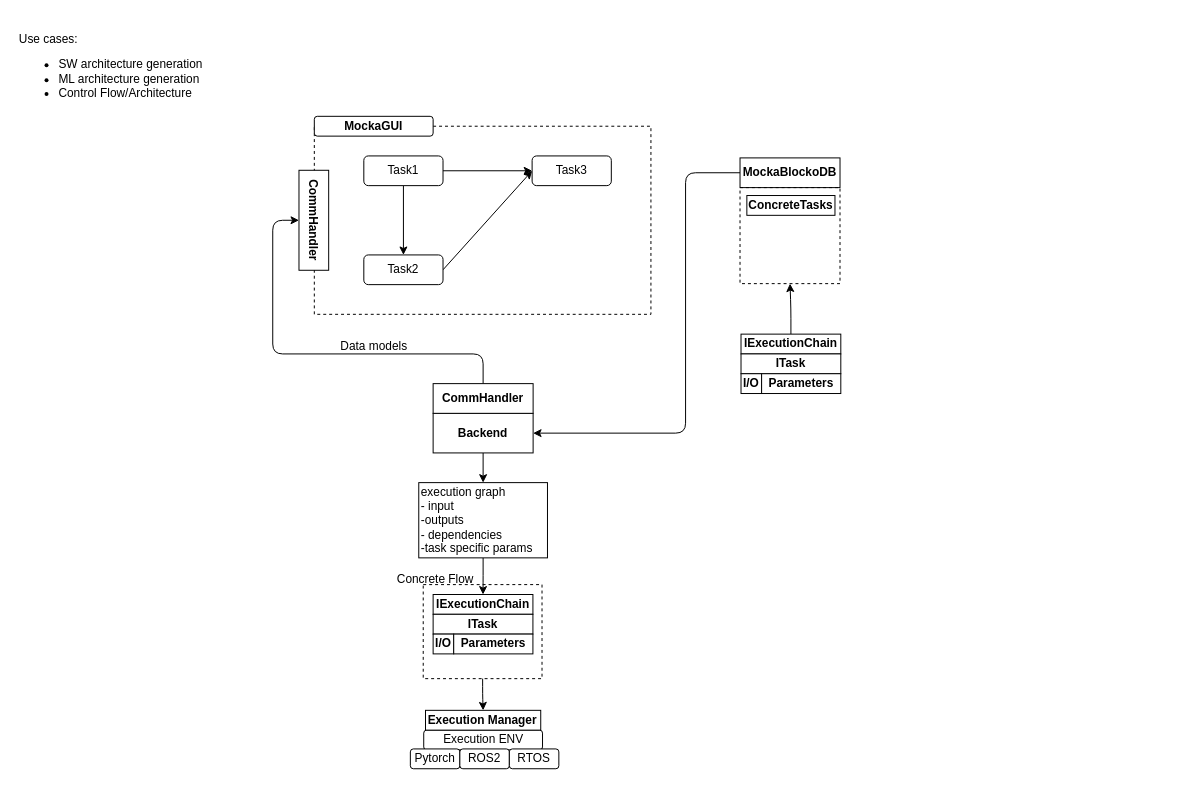
Earlier version of the draw.io diagram docs/mocka_gui.drawio (MockaSort-Studio/ADP8). Source tidied: cells renumbered, new cells numbered last; positions are measured from the earlier drawing's top-left corner, leaving out a move shared by most shapes. Both pictures are drawn from the tidied source at 99%, with x=0, y=0 at pixel (17, 17).
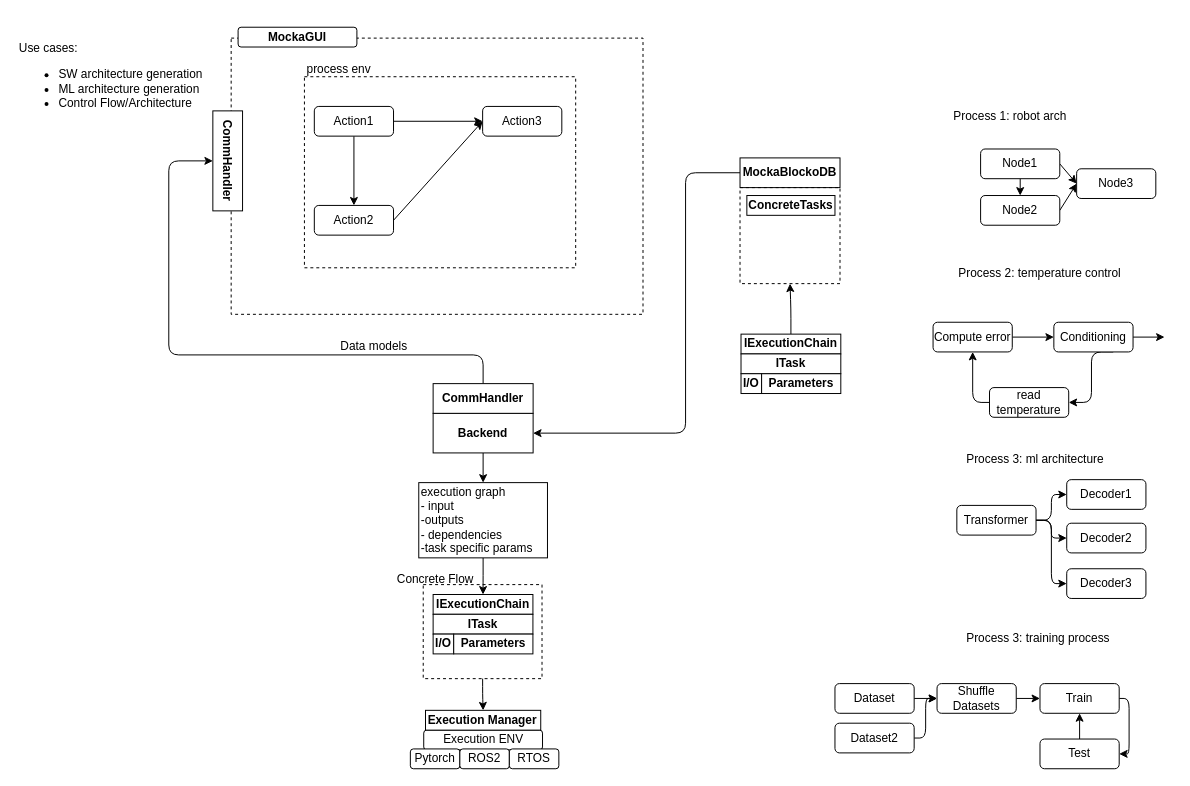
Above is the later version.

Commit message:
added use cases

The change refers to these unchanged cells:
```xml
<mxCell id="22" value="&lt;b&gt;CommHandler&lt;/b&gt;" style="rounded=0;whiteSpace=wrap;html=1;" parent="1" vertex="1">
  <mxGeometry x="420" y="370" width="101" height="30" as="geometry" />
</mxCell>
```

Diff of the diagram source:
```diff
@@
+    <mxCell id="41" style="rounded=0;whiteSpace=wrap;html=1;dashed=1;fillColor=none;" parent="1" vertex="1">
+      <mxGeometry x="290" y="60" width="274" height="193" as="geometry" />
+    </mxCell>
     <mxCell id="2" value="Use cases:&lt;div&gt;&lt;ul&gt;&lt;li&gt;SW architecture generation&lt;/li&gt;&lt;li&gt;ML architecture generation&lt;/li&gt;&lt;li&gt;Control Flow/Architecture&lt;/li&gt;&lt;/ul&gt;&lt;/div&gt;" style="text;html=1;align=left;verticalAlign=middle;whiteSpace=wrap;rounded=0;" parent="1" vertex="1">
-      <mxGeometry width="370" height="110" as="geometry" />
+      <mxGeometry y="10" width="370" height="110" as="geometry" />
     </mxCell>
     <mxCell id="3" style="rounded=0;whiteSpace=wrap;html=1;dashed=1;fillColor=none;" parent="1" vertex="1">
-      <mxGeometry x="300" y="110" width="340" height="190" as="geometry" />
+      <mxGeometry x="216" y="21" width="416" height="279" as="geometry" />
     </mxCell>
     <mxCell id="4" value="MockaGUI" style="rounded=1;whiteSpace=wrap;html=1;fontStyle=1;" parent="1" vertex="1">
-      <mxGeometry x="300" y="100" width="120" height="20" as="geometry" />
+      <mxGeometry x="223" y="10" width="120" height="20" as="geometry" />
     </mxCell>
@@
-    <mxCell id="7" value="Task1" style="rounded=1;whiteSpace=wrap;html=1;" parent="1" vertex="1">
-      <mxGeometry x="350" y="140" width="80" height="30" as="geometry" />
+    <mxCell id="7" value="Action1" style="rounded=1;whiteSpace=wrap;html=1;" parent="1" vertex="1">
+      <mxGeometry x="300" y="90" width="80" height="30" as="geometry" />
     </mxCell>
@@
-    <mxCell id="9" value="Task2" style="rounded=1;whiteSpace=wrap;html=1;" parent="1" vertex="1">
-      <mxGeometry x="350" y="240" width="80" height="30" as="geometry" />
+    <mxCell id="9" value="Action2" style="rounded=1;whiteSpace=wrap;html=1;" parent="1" vertex="1">
+      <mxGeometry x="300" y="190" width="80" height="30" as="geometry" />
     </mxCell>
-    <mxCell id="10" value="Task3" style="rounded=1;whiteSpace=wrap;html=1;" parent="1" vertex="1">
-      <mxGeometry x="520" y="140" width="80" height="30" as="geometry" />
+    <mxCell id="10" value="Action3" style="rounded=1;whiteSpace=wrap;html=1;" parent="1" vertex="1">
+      <mxGeometry x="470" y="90" width="80" height="30" as="geometry" />
     </mxCell>
@@
     <mxCell id="21" style="edgeStyle=orthogonalEdgeStyle;html=1;exitX=0.5;exitY=0;exitDx=0;exitDy=0;entryX=0.5;entryY=1;entryDx=0;entryDy=0;" parent="1" edge="1" source="22" target="23">
       <mxGeometry relative="1" as="geometry">
         <Array as="points">
-          <mxPoint x="471" y="340" />
-          <mxPoint x="258" y="340" />
-          <mxPoint x="258" y="205" />
+          <mxPoint x="471" y="341" />
+          <mxPoint x="153" y="341" />
+          <mxPoint x="153" y="145" />
         </Array>
       </mxGeometry>
     </mxCell>
@@
     <mxCell id="23" value="&lt;b&gt;CommHandler&lt;/b&gt;" style="rounded=0;whiteSpace=wrap;html=1;rotation=90;" parent="1" vertex="1">
-      <mxGeometry x="249" y="190" width="101" height="30" as="geometry" />
+      <mxGeometry x="162" y="130" width="101" height="30" as="geometry" />
     </mxCell>
@@
+    <mxCell id="42" value="process env" style="text;html=1;align=center;verticalAlign=middle;whiteSpace=wrap;rounded=0;" parent="1" vertex="1">
+      <mxGeometry x="290" y="46" width="70" height="14" as="geometry" />
+    </mxCell>
+    <mxCell id="43" value="Process 1: robot arch" style="text;html=1;align=left;verticalAlign=middle;whiteSpace=wrap;rounded=0;" parent="1" vertex="1">
+      <mxGeometry x="944" y="85" width="178" height="30" as="geometry" />
+    </mxCell>
+    <mxCell id="44" style="edgeStyle=none;html=1;exitX=1;exitY=0.5;exitDx=0;exitDy=0;entryX=0;entryY=0.5;entryDx=0;entryDy=0;" parent="1" edge="1" source="46" target="49">
+      <mxGeometry relative="1" as="geometry" />
+    </mxCell>
+    <mxCell id="45" style="edgeStyle=none;html=1;exitX=0.5;exitY=1;exitDx=0;exitDy=0;" parent="1" edge="1" source="46" target="48">
+      <mxGeometry relative="1" as="geometry" />
+    </mxCell>
+    <mxCell id="46" value="Node1" style="rounded=1;whiteSpace=wrap;html=1;" parent="1" vertex="1">
+      <mxGeometry x="973" y="133" width="80" height="30" as="geometry" />
+    </mxCell>
+    <mxCell id="47" style="edgeStyle=none;html=1;exitX=1;exitY=0.5;exitDx=0;exitDy=0;entryX=0;entryY=0.5;entryDx=0;entryDy=0;" parent="1" edge="1" source="48" target="49">
+      <mxGeometry relative="1" as="geometry" />
+    </mxCell>
+    <mxCell id="48" value="Node2" style="rounded=1;whiteSpace=wrap;html=1;" parent="1" vertex="1">
+      <mxGeometry x="973" y="180" width="80" height="30" as="geometry" />
+    </mxCell>
+    <mxCell id="49" value="Node3" style="rounded=1;whiteSpace=wrap;html=1;" parent="1" vertex="1">
+      <mxGeometry x="1070" y="153" width="80" height="30" as="geometry" />
+    </mxCell>
+    <mxCell id="50" value="Process 2: temperature control" style="text;html=1;align=left;verticalAlign=middle;whiteSpace=wrap;rounded=0;" parent="1" vertex="1">
+      <mxGeometry x="949" y="244" width="178" height="30" as="geometry" />
+    </mxCell>
+    <mxCell id="51" style="edgeStyle=orthogonalEdgeStyle;html=1;exitX=0;exitY=0.5;exitDx=0;exitDy=0;" parent="1" edge="1" source="52" target="57">
+      <mxGeometry relative="1" as="geometry" />
+    </mxCell>
+    <mxCell id="52" value="read temperature" style="rounded=1;whiteSpace=wrap;html=1;" parent="1" vertex="1">
+      <mxGeometry x="982" y="374" width="80" height="30" as="geometry" />
+    </mxCell>
+    <mxCell id="53" style="edgeStyle=none;html=1;exitX=1;exitY=0.5;exitDx=0;exitDy=0;" parent="1" edge="1" source="55">
+      <mxGeometry relative="1" as="geometry">
+        <mxPoint x="1158.8" y="323" as="targetPoint" />
+      </mxGeometry>
+    </mxCell>
+    <mxCell id="54" style="edgeStyle=elbowEdgeStyle;html=1;exitX=0.75;exitY=1;exitDx=0;exitDy=0;entryX=1;entryY=0.5;entryDx=0;entryDy=0;" parent="1" edge="1" source="55" target="52">
+      <mxGeometry relative="1" as="geometry" />
+    </mxCell>
+    <mxCell id="55" value="Conditioning" style="rounded=1;whiteSpace=wrap;html=1;" parent="1" vertex="1">
+      <mxGeometry x="1047" y="308" width="80" height="30" as="geometry" />
+    </mxCell>
+    <mxCell id="56" style="edgeStyle=orthogonalEdgeStyle;html=1;exitX=1;exitY=0.5;exitDx=0;exitDy=0;" parent="1" edge="1" source="57" target="55">
+      <mxGeometry relative="1" as="geometry" />
+    </mxCell>
+    <mxCell id="57" value="Compute error" style="rounded=1;whiteSpace=wrap;html=1;" parent="1" vertex="1">
+      <mxGeometry x="925" y="308" width="80" height="30" as="geometry" />
+    </mxCell>
+    <mxCell id="58" value="Process 3: ml architecture" style="text;html=1;align=left;verticalAlign=middle;whiteSpace=wrap;rounded=0;" parent="1" vertex="1">
+      <mxGeometry x="957" y="432" width="178" height="30" as="geometry" />
+    </mxCell>
+    <mxCell id="59" style="edgeStyle=orthogonalEdgeStyle;html=1;exitX=1;exitY=0.5;exitDx=0;exitDy=0;entryX=0;entryY=0.5;entryDx=0;entryDy=0;" parent="1" edge="1" source="62" target="63">
+      <mxGeometry relative="1" as="geometry" />
+    </mxCell>
+    <mxCell id="60" style="edgeStyle=orthogonalEdgeStyle;html=1;exitX=1;exitY=0.5;exitDx=0;exitDy=0;entryX=0;entryY=0.5;entryDx=0;entryDy=0;" parent="1" edge="1" source="62" target="64">
+      <mxGeometry relative="1" as="geometry" />
+    </mxCell>
+    <mxCell id="61" style="edgeStyle=orthogonalEdgeStyle;html=1;exitX=1;exitY=0.5;exitDx=0;exitDy=0;entryX=0;entryY=0.5;entryDx=0;entryDy=0;" parent="1" edge="1" source="62" target="65">
+      <mxGeometry relative="1" as="geometry" />
+    </mxCell>
+    <mxCell id="62" value="Transformer" style="rounded=1;whiteSpace=wrap;html=1;" parent="1" vertex="1">
+      <mxGeometry x="949" y="493" width="80" height="30" as="geometry" />
+    </mxCell>
+    <mxCell id="63" value="Decoder1" style="rounded=1;whiteSpace=wrap;html=1;" parent="1" vertex="1">
+      <mxGeometry x="1060" y="467" width="80" height="30" as="geometry" />
+    </mxCell>
+    <mxCell id="64" value="Decoder2" style="rounded=1;whiteSpace=wrap;html=1;" parent="1" vertex="1">
+      <mxGeometry x="1060" y="511" width="80" height="30" as="geometry" />
+    </mxCell>
+    <mxCell id="65" value="Decoder3" style="rounded=1;whiteSpace=wrap;html=1;" parent="1" vertex="1">
+      <mxGeometry x="1060" y="557" width="80" height="30" as="geometry" />
+    </mxCell>
+    <mxCell id="66" value="Process 3: training process" style="text;html=1;align=left;verticalAlign=middle;whiteSpace=wrap;rounded=0;" parent="1" vertex="1">
+      <mxGeometry x="957" y="611.5" width="178" height="30" as="geometry" />
+    </mxCell>
+    <mxCell id="67" style="edgeStyle=orthogonalEdgeStyle;html=1;exitX=1;exitY=0.5;exitDx=0;exitDy=0;entryX=0;entryY=0.5;entryDx=0;entryDy=0;" parent="1" edge="1" source="68" target="76">
+      <mxGeometry relative="1" as="geometry" />
+    </mxCell>
+    <mxCell id="68" value="Dataset" style="rounded=1;whiteSpace=wrap;html=1;" parent="1" vertex="1">
+      <mxGeometry x="825.9" y="673" width="80" height="30" as="geometry" />
+    </mxCell>
+    <mxCell id="69" style="edgeStyle=orthogonalEdgeStyle;html=1;exitX=1;exitY=0.5;exitDx=0;exitDy=0;entryX=1;entryY=0.5;entryDx=0;entryDy=0;" parent="1" edge="1" source="70" target="72">
+      <mxGeometry relative="1" as="geometry" />
+    </mxCell>
+    <mxCell id="70" value="Train" style="rounded=1;whiteSpace=wrap;html=1;" parent="1" vertex="1">
+      <mxGeometry x="1033" y="673" width="80" height="30" as="geometry" />
+    </mxCell>
+    <mxCell id="71" style="edgeStyle=orthogonalEdgeStyle;html=1;exitX=0.5;exitY=0;exitDx=0;exitDy=0;" parent="1" edge="1" source="72" target="70">
+      <mxGeometry relative="1" as="geometry" />
+    </mxCell>
+    <mxCell id="72" value="Test" style="rounded=1;whiteSpace=wrap;html=1;" parent="1" vertex="1">
+      <mxGeometry x="1033" y="729" width="80" height="30" as="geometry" />
+    </mxCell>
+    <mxCell id="73" style="edgeStyle=orthogonalEdgeStyle;html=1;exitX=1;exitY=0.5;exitDx=0;exitDy=0;entryX=0;entryY=0.5;entryDx=0;entryDy=0;" parent="1" edge="1" source="74" target="76">
+      <mxGeometry relative="1" as="geometry" />
+    </mxCell>
+    <mxCell id="74" value="Dataset2" style="rounded=1;whiteSpace=wrap;html=1;" parent="1" vertex="1">
+      <mxGeometry x="825.9" y="713" width="80" height="30" as="geometry" />
+    </mxCell>
+    <mxCell id="75" style="edgeStyle=orthogonalEdgeStyle;html=1;exitX=1;exitY=0.5;exitDx=0;exitDy=0;entryX=0;entryY=0.5;entryDx=0;entryDy=0;" parent="1" edge="1" source="76" target="70">
+      <mxGeometry relative="1" as="geometry" />
+    </mxCell>
+    <mxCell id="76" value="Shuffle Datasets" style="rounded=1;whiteSpace=wrap;html=1;" parent="1" vertex="1">
+      <mxGeometry x="929" y="673" width="80" height="30" as="geometry" />
+    </mxCell>
```
